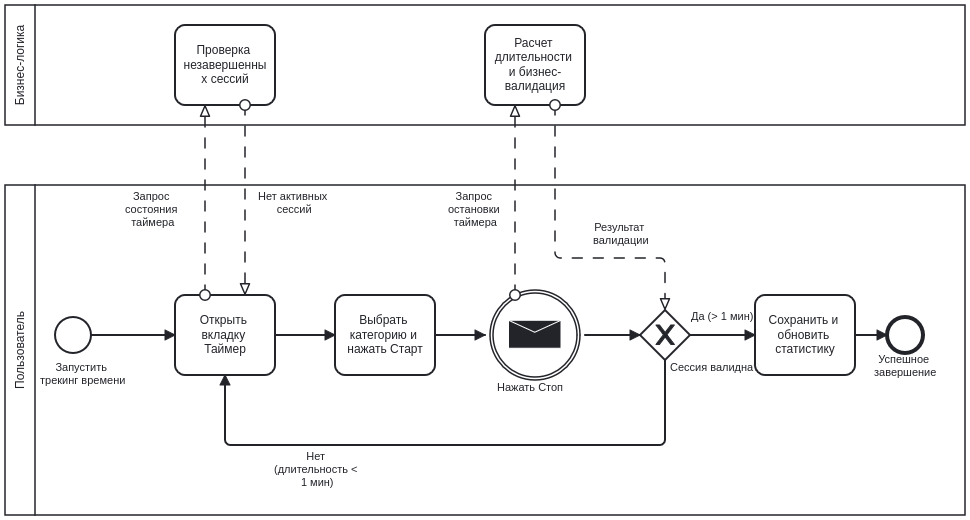
Before: docs/withtimer.png, a diagram exported from BPMN (da-fuu/IU7_7sem_Web). Its source is kept beside it as docs/withtimer.bpmn. Ids are renumbered. Source of this version:
```xml
<bpmn:definitions xmlns:xsi="http://www.w3.org/2001/XMLSchema-instance" xmlns:bpmn="http://www.omg.org/spec/BPMN/20100524/MODEL" xmlns:bpmndi="http://www.omg.org/spec/BPMN/20100524/DI" xmlns:dc="http://www.omg.org/spec/DD/20100524/DC" xmlns:di="http://www.omg.org/spec/DD/20100524/DI" id="Definitions_Timer_Tracking" targetNamespace="http://bpmn.io/schema/bpmn" exporter="bpmn-js (https://demo.bpmn.io)" exporterVersion="18.13.1">
  <bpmn:collaboration id="Collaboration_Timer">
    <bpmn:participant id="Participant_Backend" name="Бизнес-логика" processRef="Process_Backend_Logic" />
    <bpmn:participant id="Participant_User" name="Пользователь" processRef="Process_User_Logic" />
    <bpmn:messageFlow id="Flow_M1" name="Запрос состояния таймера" sourceRef="Activity_Request_Screen" targetRef="Activity_Get_Init_Data" />
    <bpmn:messageFlow id="Flow_M2" name="Нет активных сессий" sourceRef="Activity_Get_Init_Data" targetRef="Activity_Request_Screen" />
    <bpmn:messageFlow id="Flow_M3" name="Запрос остановки таймера" sourceRef="Activity_Stop_Timer" targetRef="Activity_Process_Timer" />
    <bpmn:messageFlow id="Flow_M4" name="Результат валидации" sourceRef="Activity_Process_Timer" targetRef="Gateway_Check_Result" />
  </bpmn:collaboration>
  <bpmn:process id="Process_Backend_Logic" isExecutable="false">
    <bpmn:task id="Activity_Get_Init_Data" name="Проверка незавершенных сессий" />
    <bpmn:task id="Activity_Process_Timer" name="Расчет длительности и бизнес-валидация" />
  </bpmn:process>
  <bpmn:process id="Process_User_Logic" isExecutable="false">
    <bpmn:startEvent id="StartEvent_User" name="Запустить трекинг времени">
      <bpmn:outgoing>Flow_1</bpmn:outgoing>
    </bpmn:startEvent>
    <bpmn:task id="Activity_Request_Screen" name="Открыть вкладку Таймер">
      <bpmn:incoming>Flow_1</bpmn:incoming>
      <bpmn:incoming>Flow_Error_Loop</bpmn:incoming>
      <bpmn:outgoing>Flow_2</bpmn:outgoing>
    </bpmn:task>
    <bpmn:task id="Activity_Select_Spot" name="Выбрать категорию и нажать Старт">
      <bpmn:incoming>Flow_2</bpmn:incoming>
      <bpmn:outgoing>Flow_3</bpmn:outgoing>
    </bpmn:task>
    <bpmn:intermediateThrowEvent id="Activity_Stop_Timer" name="Нажать Стоп">
      <bpmn:incoming>Flow_3</bpmn:incoming>
      <bpmn:outgoing>Flow_4</bpmn:outgoing>
      <bpmn:messageEventDefinition id="MessageEventDefinition_1" />
    </bpmn:intermediateThrowEvent>
    <bpmn:exclusiveGateway id="Gateway_Check_Result" name="Сессия валидна?">
      <bpmn:incoming>Flow_4</bpmn:incoming>
      <bpmn:outgoing>Flow_Success</bpmn:outgoing>
      <bpmn:outgoing>Flow_Error_Loop</bpmn:outgoing>
    </bpmn:exclusiveGateway>
    <bpmn:task id="Activity_Success_Screen" name="Сохранить и обновить статистику">
      <bpmn:incoming>Flow_Success</bpmn:incoming>
      <bpmn:outgoing>Flow_End</bpmn:outgoing>
    </bpmn:task>
    <bpmn:endEvent id="EndEvent_User" name="Успешное завершение">
      <bpmn:incoming>Flow_End</bpmn:incoming>
    </bpmn:endEvent>
    <bpmn:sequenceFlow id="Flow_1" sourceRef="StartEvent_User" targetRef="Activity_Request_Screen" />
    <bpmn:sequenceFlow id="Flow_2" sourceRef="Activity_Request_Screen" targetRef="Activity_Select_Spot" />
    <bpmn:sequenceFlow id="Flow_3" sourceRef="Activity_Select_Spot" targetRef="Activity_Stop_Timer" />
    <bpmn:sequenceFlow id="Flow_4" sourceRef="Activity_Stop_Timer" targetRef="Gateway_Check_Result" />
    <bpmn:sequenceFlow id="Flow_Success" name="Да (&#62; 1 мин)" sourceRef="Gateway_Check_Result" targetRef="Activity_Success_Screen" />
    <bpmn:sequenceFlow id="Flow_Error_Loop" name="Нет (длительность &#60; 1 мин)" sourceRef="Gateway_Check_Result" targetRef="Activity_Request_Screen" />
    <bpmn:sequenceFlow id="Flow_End" sourceRef="Activity_Success_Screen" targetRef="EndEvent_User" />
  </bpmn:process>
  <bpmndi:BPMNDiagram id="BPMNDiagram_1">
    <bpmndi:BPMNPlane id="BPMNPlane_1" bpmnElement="Collaboration_Timer">
      <bpmndi:BPMNShape id="Participant_Backend_di" bpmnElement="Participant_Backend" isHorizontal="true">
        <dc:Bounds x="160" y="80" width="960" height="120" />
        <bpmndi:BPMNLabel />
      </bpmndi:BPMNShape>
      <bpmndi:BPMNShape id="Activity_Get_Init_Data_di" bpmnElement="Activity_Get_Init_Data">
        <dc:Bounds x="330" y="100" width="100" height="80" />
        <bpmndi:BPMNLabel />
      </bpmndi:BPMNShape>
      <bpmndi:BPMNShape id="Activity_Process_Timer_di" bpmnElement="Activity_Process_Timer">
        <dc:Bounds x="640" y="100" width="100" height="80" />
      </bpmndi:BPMNShape>
      <bpmndi:BPMNShape id="Participant_User_di" bpmnElement="Participant_User" isHorizontal="true">
        <dc:Bounds x="160" y="260" width="960" height="330" />
        <bpmndi:BPMNLabel />
      </bpmndi:BPMNShape>
      <bpmndi:BPMNShape id="StartEvent_User_di" bpmnElement="StartEvent_User">
        <dc:Bounds x="210" y="392" width="36" height="36" />
        <bpmndi:BPMNLabel>
          <dc:Bounds x="195" y="436" width="85" height="27" />
        </bpmndi:BPMNLabel>
      </bpmndi:BPMNShape>
      <bpmndi:BPMNShape id="Activity_Request_Screen_di" bpmnElement="Activity_Request_Screen">
        <dc:Bounds x="330" y="370" width="100" height="80" />
      </bpmndi:BPMNShape>
      <bpmndi:BPMNShape id="Activity_Select_Spot_di" bpmnElement="Activity_Select_Spot">
        <dc:Bounds x="490" y="370" width="100" height="80" />
      </bpmndi:BPMNShape>
      <bpmndi:BPMNShape id="Activity_Stop_Timer_di" bpmnElement="Activity_Stop_Timer">
        <dc:Bounds x="640" y="370" width="100" height="80" />
        <bpmndi:BPMNLabel>
          <dc:Bounds x="646" y="456" width="78" height="27" />
        </bpmndi:BPMNLabel>
      </bpmndi:BPMNShape>
      <bpmndi:BPMNShape id="Gateway_Check_Result_di" bpmnElement="Gateway_Check_Result" isMarkerVisible="true">
        <dc:Bounds x="795" y="385" width="50" height="50" />
        <bpmndi:BPMNLabel>
          <dc:Bounds x="830" y="436" width="80" height="27" />
        </bpmndi:BPMNLabel>
      </bpmndi:BPMNShape>
      <bpmndi:BPMNShape id="Activity_Success_Screen_di" bpmnElement="Activity_Success_Screen">
        <dc:Bounds x="910" y="370" width="100" height="80" />
      </bpmndi:BPMNShape>
      <bpmndi:BPMNShape id="EndEvent_User_di" bpmnElement="EndEvent_User">
        <dc:Bounds x="1042" y="392" width="36" height="36" />
      </bpmndi:BPMNShape>
      <bpmndi:BPMNEdge id="Flow_1_di" bpmnElement="Flow_1">
        <di:waypoint x="246" y="410" />
        <di:waypoint x="330" y="410" />
      </bpmndi:BPMNEdge>
      <bpmndi:BPMNEdge id="Flow_2_di" bpmnElement="Flow_2">
        <di:waypoint x="430" y="410" />
        <di:waypoint x="490" y="410" />
      </bpmndi:BPMNEdge>
      <bpmndi:BPMNEdge id="Flow_3_di" bpmnElement="Flow_3">
        <di:waypoint x="590" y="410" />
        <di:waypoint x="640" y="410" />
      </bpmndi:BPMNEdge>
      <bpmndi:BPMNEdge id="Flow_4_di" bpmnElement="Flow_4">
        <di:waypoint x="740" y="410" />
        <di:waypoint x="795" y="410" />
      </bpmndi:BPMNEdge>
      <bpmndi:BPMNEdge id="Flow_Success_di" bpmnElement="Flow_Success">
        <di:waypoint x="845" y="410" />
        <di:waypoint x="910" y="410" />
      </bpmndi:BPMNEdge>
      <bpmndi:BPMNEdge id="Flow_Error_Loop_di" bpmnElement="Flow_Error_Loop">
        <di:waypoint x="820" y="435" />
        <di:waypoint x="820" y="520" />
        <di:waypoint x="380" y="520" />
        <di:waypoint x="380" y="450" />
        <bpmndi:BPMNLabel>
          <dc:Bounds x="430" y="525" width="85" height="40" />
        </bpmndi:BPMNLabel>
      </bpmndi:BPMNEdge>
      <bpmndi:BPMNEdge id="Flow_End_di" bpmnElement="Flow_End">
        <di:waypoint x="1010" y="410" />
        <di:waypoint x="1042" y="410" />
      </bpmndi:BPMNEdge>
      <bpmndi:BPMNEdge id="Flow_M1_di" bpmnElement="Flow_M1">
        <di:waypoint x="360" y="370" />
        <di:waypoint x="360" y="180" />
        <bpmndi:BPMNLabel>
          <dc:Bounds x="265" y="265" width="85" height="27" />
        </bpmndi:BPMNLabel>
      </bpmndi:BPMNEdge>
      <bpmndi:BPMNEdge id="Flow_M2_di" bpmnElement="Flow_M2">
        <di:waypoint x="400" y="180" />
        <di:waypoint x="400" y="370" />
        <bpmndi:BPMNLabel>
          <dc:Bounds x="408" y="265" width="83" height="27" />
        </bpmndi:BPMNLabel>
      </bpmndi:BPMNEdge>
      <bpmndi:BPMNEdge id="Flow_M3_di" bpmnElement="Flow_M3">
        <di:waypoint x="670" y="370" />
        <di:waypoint x="670" y="180" />
        <bpmndi:BPMNLabel>
          <dc:Bounds x="593" y="265" width="74" height="27" />
        </bpmndi:BPMNLabel>
      </bpmndi:BPMNEdge>
      <bpmndi:BPMNEdge id="Flow_M4_di" bpmnElement="Flow_M4">
        <di:waypoint x="710" y="180" />
        <di:waypoint x="710" y="333" />
        <di:waypoint x="820" y="333" />
        <di:waypoint x="820" y="385" />
        <bpmndi:BPMNLabel>
          <dc:Bounds x="735" y="296" width="81" height="27" />
        </bpmndi:BPMNLabel>
      </bpmndi:BPMNEdge>
    </bpmndi:BPMNPlane>
  </bpmndi:BPMNDiagram>
</bpmn:definitions>
```
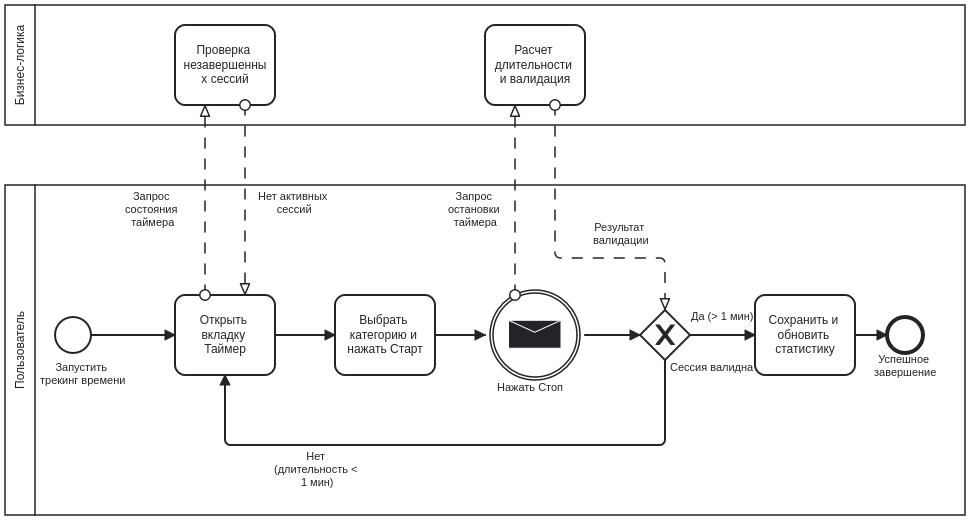
Above is the later version.

Change to the diagram source:
```diff
@@ -9,7 +9,7 @@
   </bpmn:collaboration>
   <bpmn:process id="Process_Backend_Logic" isExecutable="false">
     <bpmn:task id="Activity_Get_Init_Data" name="Проверка незавершенных сессий" />
-    <bpmn:task id="Activity_Process_Timer" name="Расчет длительности и бизнес-валидация" />
+    <bpmn:task id="Activity_Process_Timer" name="Расчет длительности и валидация" />
   </bpmn:process>
   <bpmn:process id="Process_User_Logic" isExecutable="false">
     <bpmn:startEvent id="StartEvent_User" name="Запустить трекинг времени">
@@ -61,6 +61,7 @@
       </bpmndi:BPMNShape>
       <bpmndi:BPMNShape id="Activity_Process_Timer_di" bpmnElement="Activity_Process_Timer">
         <dc:Bounds x="640" y="100" width="100" height="80" />
+        <bpmndi:BPMNLabel />
       </bpmndi:BPMNShape>
       <bpmndi:BPMNShape id="Participant_User_di" bpmnElement="Participant_User" isHorizontal="true">
         <dc:Bounds x="160" y="260" width="960" height="330" />
```
